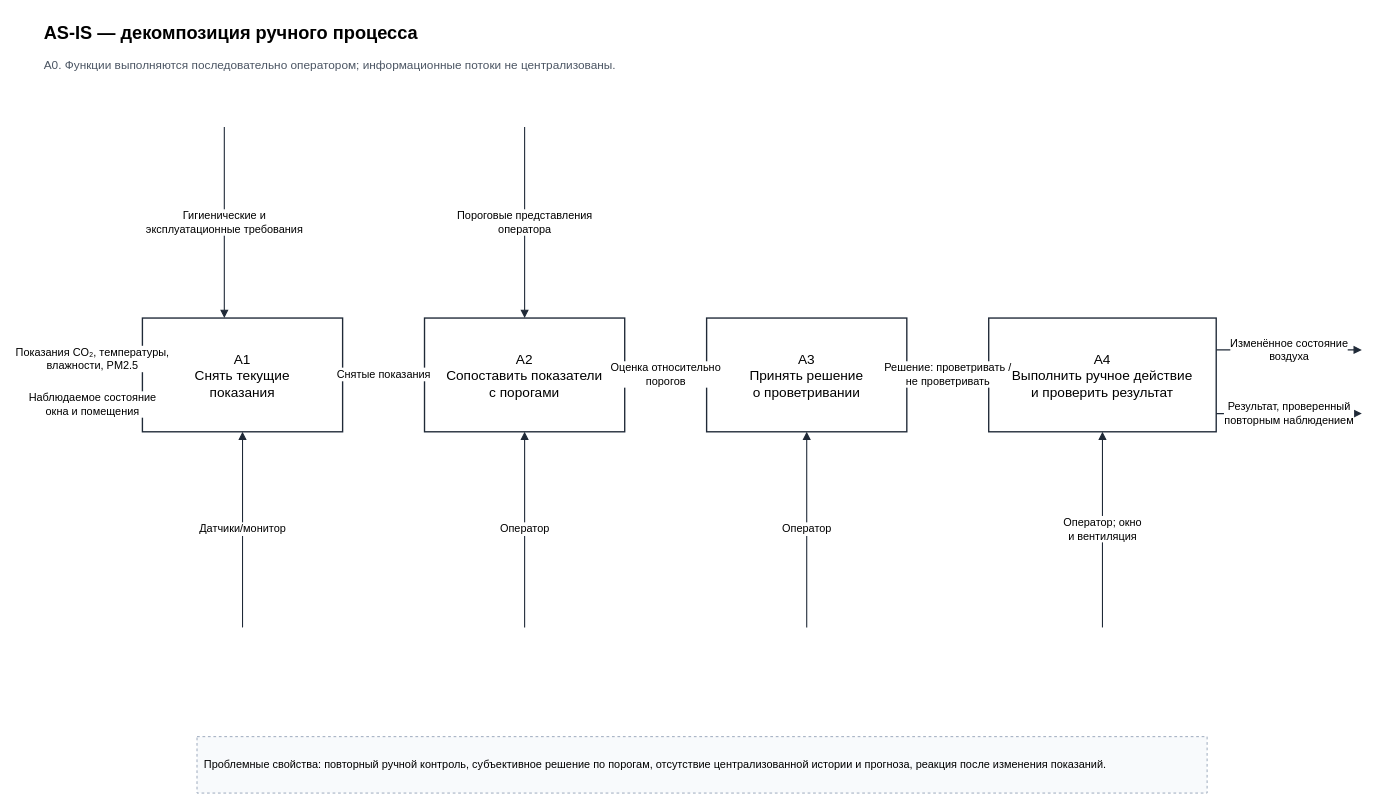
Earlier version of the draw.io diagram page "A0 Декомпозиция" (2 of 2) of docs/diagrams/as-is.drawio (Garun-mp4/air_check_system). Source tidied: cells renumbered, new cells numbered last; positions are measured from the earlier drawing's top-left corner, leaving out a move shared by most shapes. Both pictures are drawn from the tidied source at 91%, with x=0, y=0 at pixel (42, 15).
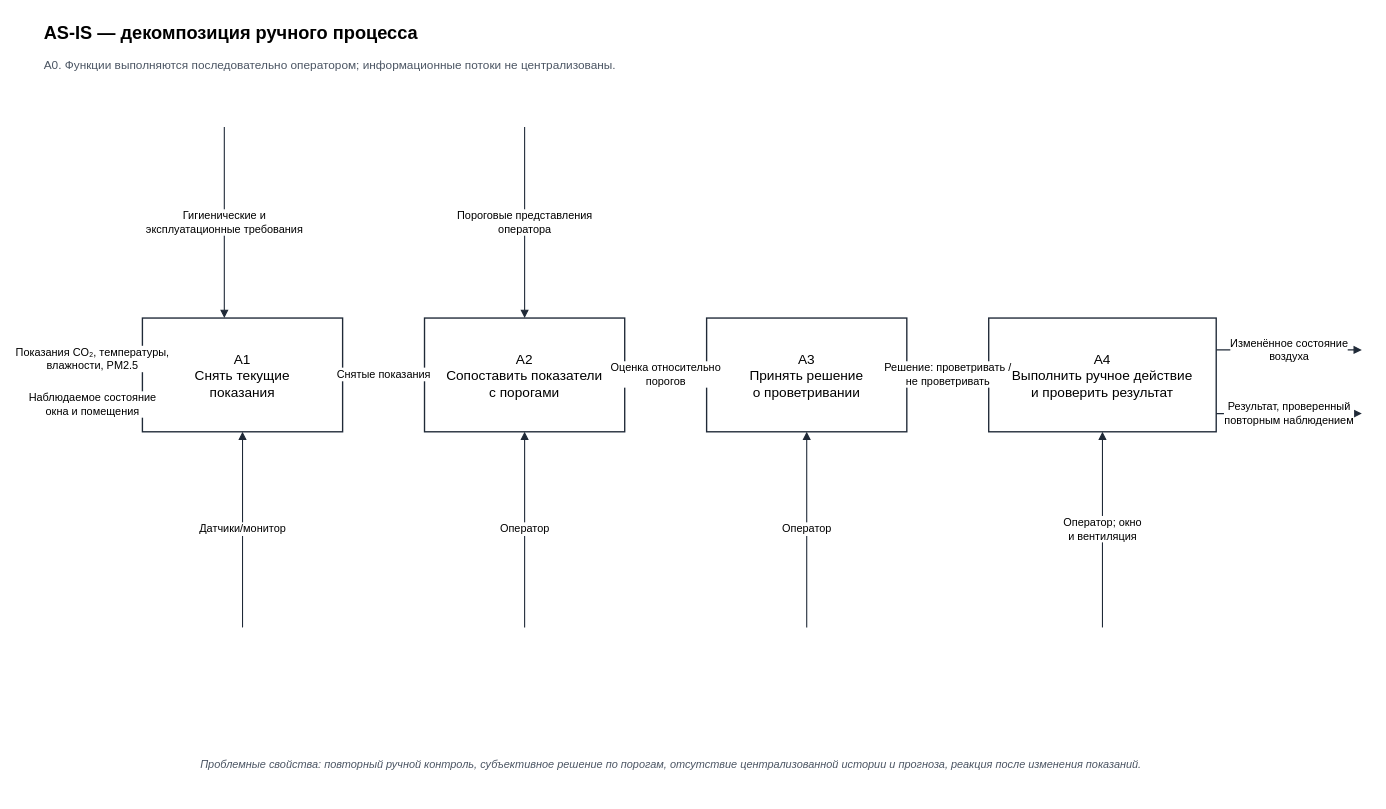
After the change.

Change to the diagram source:
```diff
@@
-    <mxCell id="21" value="Проблемные свойства: повторный ручной контроль, субъективное решение по порогам, отсутствие централизованной истории и прогноза, реакция после изменения показаний." style="rounded=0;whiteSpace=wrap;html=1;fillColor=#f8fafc;strokeColor=#94a3b8;dashed=1;align=left;verticalAlign=middle;fontSize=12;spacing=8;" parent="1" vertex="1">
+    <mxCell id="21" value="Проблемные свойства: повторный ручной контроль, субъективное решение по порогам, отсутствие централизованной истории и прогноза, реакция после изменения показаний." style="text;html=1;align=left;verticalAlign=middle;fontSize=12;fontStyle=2;fontColor=#4b5563;whiteSpace=wrap;spacing=4;" parent="1" vertex="1">
       <mxGeometry x="170" y="792" width="1110" height="62" as="geometry" />
     </mxCell>
```
